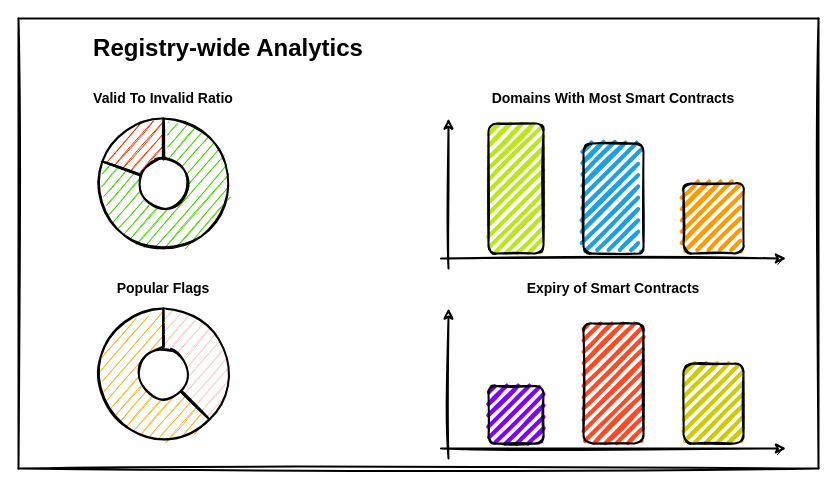
Before: analytics.drawio in dangerdave1/Action-Chess, a draw.io diagram. Source tidied: cells renumbered, new cells numbered last; positions are measured from the earlier drawing's top-left corner, leaving out a move shared by most shapes. Both pictures are drawn from the tidied source at 100%, with x=0, y=0 at pixel (18, 18).
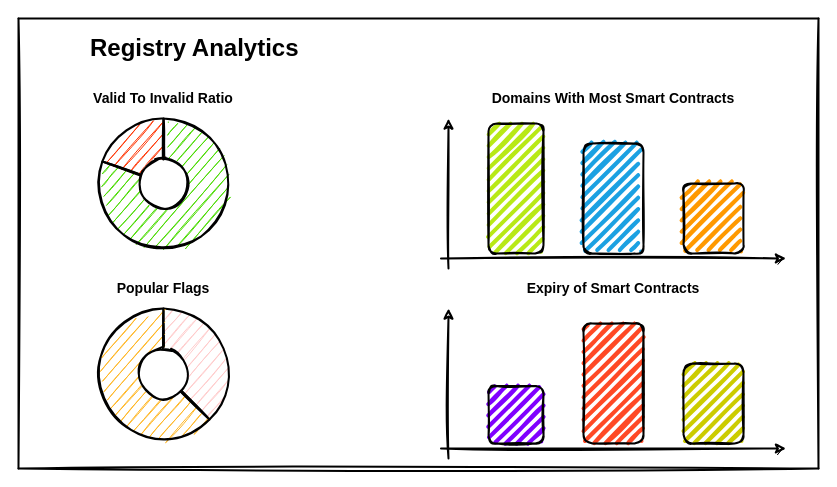
The same diagram, later.

The edit, as a diff of the source:
```diff
@@
-    <mxCell id="13" value="&lt;font style=&quot;font-size: 24px&quot;&gt;&lt;b&gt;Registry-wide Analytics&lt;/b&gt;&lt;/font&gt;" style="text;html=1;strokeColor=none;fillColor=none;align=center;verticalAlign=middle;whiteSpace=wrap;rounded=0;" parent="1" vertex="1">
+    <mxCell id="13" value="&lt;font style=&quot;font-size: 24px&quot;&gt;&lt;b&gt;Registry Analytics&lt;/b&gt;&lt;/font&gt;" style="text;html=1;strokeColor=none;fillColor=none;align=left;verticalAlign=middle;whiteSpace=wrap;rounded=0;" parent="1" vertex="1">
       <mxGeometry x="70" y="20" width="280" height="20" as="geometry" />
     </mxCell>
```
